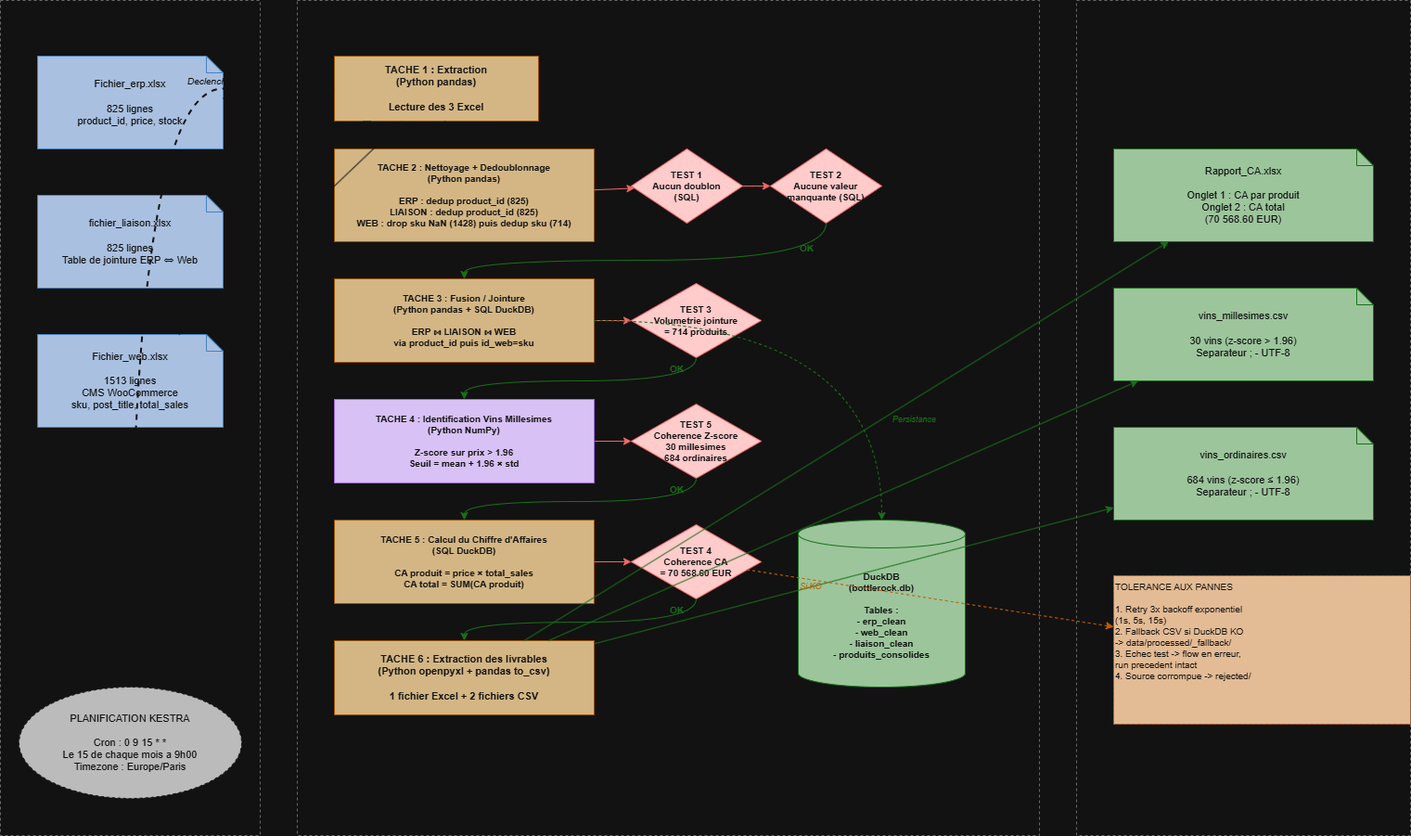
This is docs/architecture/data_lineage.drawio.png from mcourte/DE_Projet_10, a draw.io export, as it was before one commit. Source tidied: cells renumbered, new cells last; positions are measured from the earlier drawing's top-left corner, leaving out a move shared by most shapes.
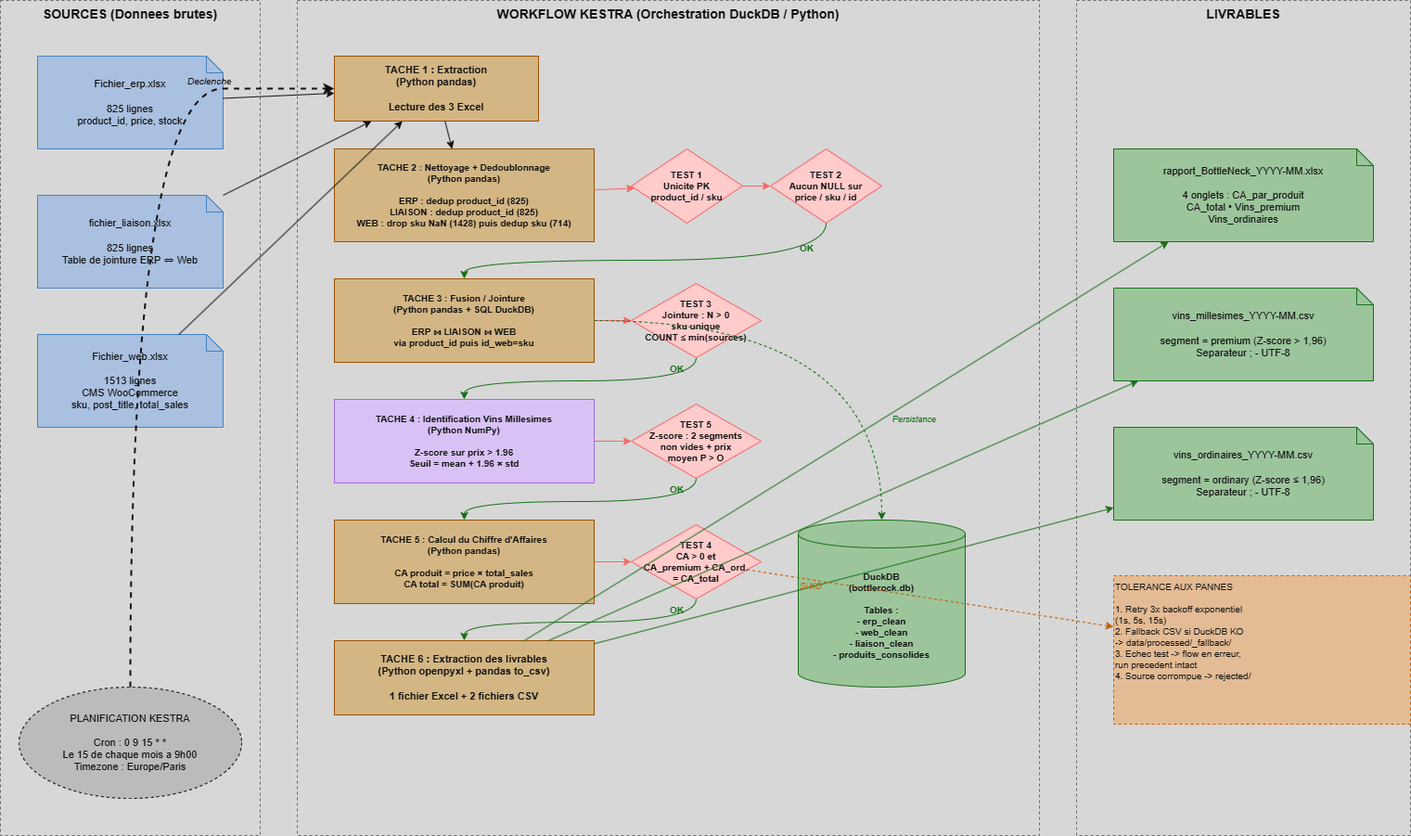
After the change.

Change to the diagram source:
```diff
@@ -1,4 +1,4 @@
-<mxGraphModel>
+<mxGraphModel background="#1a1a1a">
   <root>
     <mxCell id="0" />
     <mxCell id="1" parent="0" />
@@ -29,45 +29,45 @@
     <mxCell id="10" value="TACHE 2 : Nettoyage + Dedoublonnage&#10;(Python pandas)&#10;&#10;ERP : dedup product_id (825)&#10;LIAISON : dedup product_id (825)&#10;WEB : drop sku NaN (1428) puis dedup sku (714)" style="rounded=0;whiteSpace=wrap;html=1;fillColor=#5c3a00;strokeColor=#ffaa00;fontColor=#FFFFFF;fontSize=10;fontStyle=1;align=center;" parent="1" vertex="1">
       <mxGeometry x="360" y="160" width="280" height="100" as="geometry" />
     </mxCell>
-    <mxCell id="11" value="TEST 1&#10;Aucun doublon&#10;(SQL)" style="rhombus;whiteSpace=wrap;html=1;fillColor=#5c0000;strokeColor=#ff5555;fontColor=#FFFFFF;fontSize=10;fontStyle=1;" parent="1" vertex="1">
-      <mxGeometry x="680" y="160" width="120" height="80" as="geometry" />
-    </mxCell>
-    <mxCell id="12" value="TEST 2&#10;Aucune valeur&#10;manquante (SQL)" style="rhombus;whiteSpace=wrap;html=1;fillColor=#5c0000;strokeColor=#ff5555;fontColor=#FFFFFF;fontSize=10;fontStyle=1;" parent="1" vertex="1">
-      <mxGeometry x="830" y="160" width="120" height="80" as="geometry" />
-    </mxCell>
+    <mxCell id="51" value="TEST 1&#10;Unicite PK&#10;product_id / sku" style="rhombus;whiteSpace=wrap;html=1;fillColor=#5c0000;strokeColor=#ff5555;fontColor=#FFFFFF;fontSize=10;fontStyle=1;" parent="1" vertex="1">
+      <mxGeometry x="680" y="160" width="120" height="80" as="geometry" />
+    </mxCell>
+    <mxCell id="52" value="TEST 2&#10;Aucun NULL sur&#10;price / sku / id" style="rhombus;whiteSpace=wrap;html=1;fillColor=#5c0000;strokeColor=#ff5555;fontColor=#FFFFFF;fontSize=10;fontStyle=1;" parent="1" vertex="1">
+      <mxGeometry x="830" y="160" width="120" height="80" as="geometry" />
+    </mxCell>
     <mxCell id="13" value="TACHE 3 : Fusion / Jointure&#10;(Python pandas + SQL DuckDB)&#10;&#10;ERP ⋈ LIAISON ⋈ WEB&#10;via product_id puis id_web=sku" style="rounded=0;whiteSpace=wrap;html=1;fillColor=#5c3a00;strokeColor=#ffaa00;fontColor=#FFFFFF;fontSize=10;fontStyle=1;align=center;" parent="1" vertex="1">
       <mxGeometry x="360" y="300" width="280" height="90" as="geometry" />
     </mxCell>
-    <mxCell id="14" value="TEST 3&#10;Volumetrie jointure&#10;= 714 produits" style="rhombus;whiteSpace=wrap;html=1;fillColor=#5c0000;strokeColor=#ff5555;fontColor=#FFFFFF;fontSize=10;fontStyle=1;" parent="1" vertex="1">
-      <mxGeometry x="680" y="305" width="140" height="80" as="geometry" />
-    </mxCell>
+    <mxCell id="53" value="TEST 3&#10;Jointure : N &gt; 0&#10;sku unique&#10;COUNT ≤ min(sources)" style="rhombus;whiteSpace=wrap;html=1;fillColor=#5c0000;strokeColor=#ff5555;fontColor=#FFFFFF;fontSize=10;fontStyle=1;" parent="1" vertex="1">
+      <mxGeometry x="680" y="305" width="140" height="80" as="geometry" />
+    </mxCell>
     <mxCell id="15" value="TACHE 4 : Identification Vins Millesimes&#10;(Python NumPy)&#10;&#10;Z-score sur prix &gt; 1.96&#10;Seuil = mean + 1.96 × std" style="rounded=0;whiteSpace=wrap;html=1;fillColor=#3a1f5c;strokeColor=#aa66ff;fontColor=#FFFFFF;fontSize=10;fontStyle=1;align=center;" parent="1" vertex="1">
       <mxGeometry x="360" y="430" width="280" height="90" as="geometry" />
     </mxCell>
-    <mxCell id="16" value="TEST 5&#10;Coherence Z-score&#10;30 millesimes&#10;684 ordinaires" style="rhombus;whiteSpace=wrap;html=1;fillColor=#5c0000;strokeColor=#ff5555;fontColor=#FFFFFF;fontSize=10;fontStyle=1;" parent="1" vertex="1">
-      <mxGeometry x="680" y="435" width="140" height="80" as="geometry" />
-    </mxCell>
-    <mxCell id="17" value="TACHE 5 : Calcul du Chiffre d'Affaires&#10;(SQL DuckDB)&#10;&#10;CA produit = price × total_sales&#10;CA total = SUM(CA produit)" style="rounded=0;whiteSpace=wrap;html=1;fillColor=#5c3a00;strokeColor=#ffaa00;fontColor=#FFFFFF;fontSize=10;fontStyle=1;align=center;" parent="1" vertex="1">
-      <mxGeometry x="360" y="560" width="280" height="90" as="geometry" />
-    </mxCell>
-    <mxCell id="18" value="TEST 4&#10;Coherence CA&#10;= 70 568.60 EUR" style="rhombus;whiteSpace=wrap;html=1;fillColor=#5c0000;strokeColor=#ff5555;fontColor=#FFFFFF;fontSize=10;fontStyle=1;" parent="1" vertex="1">
-      <mxGeometry x="680" y="565" width="140" height="80" as="geometry" />
-    </mxCell>
+    <mxCell id="54" value="TEST 5&#10;Z-score : 2 segments&#10;non vides + prix&#10;moyen P &gt; O" style="rhombus;whiteSpace=wrap;html=1;fillColor=#5c0000;strokeColor=#ff5555;fontColor=#FFFFFF;fontSize=10;fontStyle=1;" parent="1" vertex="1">
+      <mxGeometry x="680" y="435" width="140" height="80" as="geometry" />
+    </mxCell>
+    <mxCell id="55" value="TACHE 5 : Calcul du Chiffre d'Affaires&#10;(Python pandas)&#10;&#10;CA produit = price × total_sales&#10;CA total = SUM(CA produit)" style="rounded=0;whiteSpace=wrap;html=1;fillColor=#5c3a00;strokeColor=#ffaa00;fontColor=#FFFFFF;fontSize=10;fontStyle=1;align=center;" parent="1" vertex="1">
+      <mxGeometry x="360" y="560" width="280" height="90" as="geometry" />
+    </mxCell>
+    <mxCell id="56" value="TEST 4&#10;CA &gt; 0 et&#10;CA_premium + CA_ord.&#10;= CA_total" style="rhombus;whiteSpace=wrap;html=1;fillColor=#5c0000;strokeColor=#ff5555;fontColor=#FFFFFF;fontSize=10;fontStyle=1;" parent="1" vertex="1">
+      <mxGeometry x="680" y="565" width="140" height="80" as="geometry" />
+    </mxCell>
     <mxCell id="19" value="TACHE 6 : Extraction des livrables&#10;(Python openpyxl + pandas to_csv)&#10;&#10;1 fichier Excel + 2 fichiers CSV" style="rounded=0;whiteSpace=wrap;html=1;fillColor=#5c3a00;strokeColor=#ffaa00;fontColor=#FFFFFF;fontSize=11;fontStyle=1;align=center;" parent="1" vertex="1">
       <mxGeometry x="360" y="690" width="280" height="80" as="geometry" />
     </mxCell>
     <mxCell id="20" value="DuckDB&#10;(bottlerock.db)&#10;&#10;Tables :&#10;- erp_clean&#10;- web_clean&#10;- liaison_clean&#10;- produits_consolides" style="shape=cylinder3;whiteSpace=wrap;html=1;boundedLbl=1;backgroundOutline=1;size=15;fillColor=#1a4a1a;strokeColor=#66cc66;fontColor=#FFFFFF;fontSize=10;fontStyle=1;align=center;" parent="1" vertex="1">
       <mxGeometry x="860" y="560" width="180" height="180" as="geometry" />
     </mxCell>
-    <mxCell id="21" value="Rapport_CA.xlsx&#10;&#10;Onglet 1 : CA par produit&#10;Onglet 2 : CA total&#10;(70 568.60 EUR)" style="shape=note;whiteSpace=wrap;html=1;fillColor=#1a4a1a;strokeColor=#66cc66;fontColor=#FFFFFF;fontSize=11;align=center;size=18;" parent="1" vertex="1">
-      <mxGeometry x="1200" y="160" width="280" height="100" as="geometry" />
-    </mxCell>
-    <mxCell id="22" value="vins_millesimes.csv&#10;&#10;30 vins (z-score &gt; 1.96)&#10;Separateur ; - UTF-8" style="shape=note;whiteSpace=wrap;html=1;fillColor=#1a4a1a;strokeColor=#66cc66;fontColor=#FFFFFF;fontSize=11;align=center;size=18;" parent="1" vertex="1">
-      <mxGeometry x="1200" y="310" width="280" height="100" as="geometry" />
-    </mxCell>
-    <mxCell id="23" value="vins_ordinaires.csv&#10;&#10;684 vins (z-score ≤ 1.96)&#10;Separateur ; - UTF-8" style="shape=note;whiteSpace=wrap;html=1;fillColor=#1a4a1a;strokeColor=#66cc66;fontColor=#FFFFFF;fontSize=11;align=center;size=18;" parent="1" vertex="1">
-      <mxGeometry x="1200" y="460" width="280" height="100" as="geometry" />
-    </mxCell>
+    <mxCell id="57" value="rapport_BottleNeck_YYYY-MM.xlsx&#10;&#10;4 onglets : CA_par_produit&#10;CA_total • Vins_premium&#10;Vins_ordinaires" style="shape=note;whiteSpace=wrap;html=1;fillColor=#1a4a1a;strokeColor=#66cc66;fontColor=#FFFFFF;fontSize=11;align=center;size=18;" parent="1" vertex="1">
+      <mxGeometry x="1200" y="160" width="280" height="100" as="geometry" />
+    </mxCell>
+    <mxCell id="58" value="vins_millesimes_YYYY-MM.csv&#10;&#10;segment = premium (Z-score &gt; 1,96)&#10;Separateur ; - UTF-8" style="shape=note;whiteSpace=wrap;html=1;fillColor=#1a4a1a;strokeColor=#66cc66;fontColor=#FFFFFF;fontSize=11;align=center;size=18;" parent="1" vertex="1">
+      <mxGeometry x="1200" y="310" width="280" height="100" as="geometry" />
+    </mxCell>
+    <mxCell id="59" value="vins_ordinaires_YYYY-MM.csv&#10;&#10;segment = ordinary (Z-score ≤ 1,96)&#10;Separateur ; - UTF-8" style="shape=note;whiteSpace=wrap;html=1;fillColor=#1a4a1a;strokeColor=#66cc66;fontColor=#FFFFFF;fontSize=11;align=center;size=18;" parent="1" vertex="1">
+      <mxGeometry x="1200" y="460" width="280" height="100" as="geometry" />
+    </mxCell>
     <mxCell id="24" value="TOLERANCE AUX PANNES&#10;&#10;1. Retry 3x backoff exponentiel&#10;   (1s, 5s, 15s)&#10;2. Fallback CSV si DuckDB KO&#10;   -&gt; data/processed/_fallback/&#10;3. Echec test -&gt; flow en erreur,&#10;   run precedent intact&#10;4. Source corrompue -&gt; rejected/" style="rounded=0;whiteSpace=wrap;html=1;fillColor=#5c2e00;strokeColor=#ff8800;fontColor=#FFFFFF;fontSize=10;align=left;dashed=1;verticalAlign=top;" parent="1" vertex="1">
       <mxGeometry x="1200" y="620" width="320" height="160" as="geometry" />
     </mxCell>
@@ -94,62 +94,62 @@
     <mxCell id="30" style="endArrow=classic;html=1;strokeColor=#FFFFFF;" parent="1" edge="1" source="9" target="10">
       <mxGeometry relative="1" as="geometry" />
     </mxCell>
-    <mxCell id="31" style="endArrow=classic;html=1;strokeColor=#ff5555;" parent="1" edge="1" source="10" target="11">
-      <mxGeometry relative="1" as="geometry" />
-    </mxCell>
-    <mxCell id="32" style="endArrow=classic;html=1;strokeColor=#ff5555;" parent="1" edge="1" source="11" target="12">
-      <mxGeometry relative="1" as="geometry" />
-    </mxCell>
-    <mxCell id="33" style="endArrow=classic;html=1;strokeColor=#66cc66;curved=1;" parent="1" edge="1" source="12" target="13">
-      <mxGeometry relative="1" as="geometry">
-        <Array as="points">
-          <mxPoint x="890" y="280" />
-          <mxPoint x="500" y="280" />
-        </Array>
-      </mxGeometry>
-    </mxCell>
+    <mxCell id="60" style="endArrow=classic;html=1;strokeColor=#ff5555;" parent="1" edge="1" source="10" target="51">
+      <mxGeometry relative="1" as="geometry" />
+    </mxCell>
+    <mxCell id="61" style="endArrow=classic;html=1;strokeColor=#ff5555;" parent="1" edge="1" source="51" target="52">
+      <mxGeometry relative="1" as="geometry" />
+    </mxCell>
+    <mxCell id="62" style="endArrow=classic;html=1;strokeColor=#66cc66;curved=1;" parent="1" edge="1" source="52" target="13">
+      <mxGeometry relative="1" as="geometry">
+        <Array as="points">
+          <mxPoint x="890" y="280" />
+          <mxPoint x="500" y="280" />
+        </Array>
+      </mxGeometry>
+    </mxCell>
     <mxCell id="34" value="OK" style="text;html=1;fontColor=#66cc66;fontSize=10;fontStyle=1;" parent="1" vertex="1">
       <mxGeometry x="860" y="255" width="40" height="20" as="geometry" />
     </mxCell>
-    <mxCell id="35" style="endArrow=classic;html=1;strokeColor=#ff5555;" parent="1" edge="1" source="13" target="14">
-      <mxGeometry relative="1" as="geometry" />
-    </mxCell>
-    <mxCell id="36" style="endArrow=classic;html=1;strokeColor=#66cc66;curved=1;" parent="1" edge="1" source="14" target="15">
-      <mxGeometry relative="1" as="geometry">
-        <Array as="points">
-          <mxPoint x="750" y="410" />
-          <mxPoint x="500" y="410" />
-        </Array>
-      </mxGeometry>
-    </mxCell>
+    <mxCell id="63" style="endArrow=classic;html=1;strokeColor=#ff5555;" parent="1" edge="1" source="13" target="53">
+      <mxGeometry relative="1" as="geometry" />
+    </mxCell>
+    <mxCell id="64" style="endArrow=classic;html=1;strokeColor=#66cc66;curved=1;" parent="1" edge="1" source="53" target="15">
+      <mxGeometry relative="1" as="geometry">
+        <Array as="points">
+          <mxPoint x="750" y="410" />
+          <mxPoint x="500" y="410" />
+        </Array>
+      </mxGeometry>
+    </mxCell>
     <mxCell id="37" value="OK" style="text;html=1;fontColor=#66cc66;fontSize=10;fontStyle=1;" parent="1" vertex="1">
       <mxGeometry x="720" y="385" width="40" height="20" as="geometry" />
     </mxCell>
-    <mxCell id="38" style="endArrow=classic;html=1;strokeColor=#ff5555;" parent="1" edge="1" source="15" target="16">
-      <mxGeometry relative="1" as="geometry" />
-    </mxCell>
-    <mxCell id="39" style="endArrow=classic;html=1;strokeColor=#66cc66;curved=1;" parent="1" edge="1" source="16" target="17">
-      <mxGeometry relative="1" as="geometry">
-        <Array as="points">
-          <mxPoint x="750" y="540" />
-          <mxPoint x="500" y="540" />
-        </Array>
-      </mxGeometry>
-    </mxCell>
+    <mxCell id="65" style="endArrow=classic;html=1;strokeColor=#ff5555;" parent="1" edge="1" source="15" target="54">
+      <mxGeometry relative="1" as="geometry" />
+    </mxCell>
+    <mxCell id="66" style="endArrow=classic;html=1;strokeColor=#66cc66;curved=1;" parent="1" edge="1" source="54" target="55">
+      <mxGeometry relative="1" as="geometry">
+        <Array as="points">
+          <mxPoint x="750" y="540" />
+          <mxPoint x="500" y="540" />
+        </Array>
+      </mxGeometry>
+    </mxCell>
     <mxCell id="40" value="OK" style="text;html=1;fontColor=#66cc66;fontSize=10;fontStyle=1;" parent="1" vertex="1">
       <mxGeometry x="720" y="515" width="40" height="20" as="geometry" />
     </mxCell>
-    <mxCell id="41" style="endArrow=classic;html=1;strokeColor=#ff5555;" parent="1" edge="1" source="17" target="18">
-      <mxGeometry relative="1" as="geometry" />
-    </mxCell>
-    <mxCell id="42" style="endArrow=classic;html=1;strokeColor=#66cc66;curved=1;" parent="1" edge="1" source="18" target="19">
-      <mxGeometry relative="1" as="geometry">
-        <Array as="points">
-          <mxPoint x="750" y="670" />
-          <mxPoint x="500" y="670" />
-        </Array>
-      </mxGeometry>
-    </mxCell>
+    <mxCell id="67" style="endArrow=classic;html=1;strokeColor=#ff5555;" parent="1" edge="1" source="55" target="56">
+      <mxGeometry relative="1" as="geometry" />
+    </mxCell>
+    <mxCell id="68" style="endArrow=classic;html=1;strokeColor=#66cc66;curved=1;" parent="1" edge="1" source="56" target="19">
+      <mxGeometry relative="1" as="geometry">
+        <Array as="points">
+          <mxPoint x="750" y="670" />
+          <mxPoint x="500" y="670" />
+        </Array>
+      </mxGeometry>
+    </mxCell>
     <mxCell id="43" value="OK" style="text;html=1;fontColor=#66cc66;fontSize=10;fontStyle=1;" parent="1" vertex="1">
       <mxGeometry x="720" y="645" width="40" height="20" as="geometry" />
     </mxCell>
@@ -164,18 +164,18 @@
     <mxCell id="45" value="Persistance" style="text;html=1;fontColor=#66cc66;fontSize=9;fontStyle=2;" parent="1" vertex="1">
       <mxGeometry x="960" y="440" width="80" height="20" as="geometry" />
     </mxCell>
-    <mxCell id="46" style="endArrow=classic;html=1;strokeColor=#66cc66;" parent="1" edge="1" source="19" target="21">
-      <mxGeometry relative="1" as="geometry" />
-    </mxCell>
-    <mxCell id="47" style="endArrow=classic;html=1;strokeColor=#66cc66;" parent="1" edge="1" source="19" target="22">
-      <mxGeometry relative="1" as="geometry" />
-    </mxCell>
-    <mxCell id="48" style="endArrow=classic;html=1;strokeColor=#66cc66;" parent="1" edge="1" source="19" target="23">
-      <mxGeometry relative="1" as="geometry" />
-    </mxCell>
-    <mxCell id="49" style="endArrow=classic;html=1;dashed=1;strokeColor=#ff8800;curved=1;" parent="1" edge="1" source="18" target="24">
-      <mxGeometry relative="1" as="geometry" />
-    </mxCell>
+    <mxCell id="69" style="endArrow=classic;html=1;strokeColor=#66cc66;" parent="1" edge="1" source="19" target="57">
+      <mxGeometry relative="1" as="geometry" />
+    </mxCell>
+    <mxCell id="70" style="endArrow=classic;html=1;strokeColor=#66cc66;" parent="1" edge="1" source="19" target="58">
+      <mxGeometry relative="1" as="geometry" />
+    </mxCell>
+    <mxCell id="71" style="endArrow=classic;html=1;strokeColor=#66cc66;" parent="1" edge="1" source="19" target="59">
+      <mxGeometry relative="1" as="geometry" />
+    </mxCell>
+    <mxCell id="72" style="endArrow=classic;html=1;dashed=1;strokeColor=#ff8800;curved=1;" parent="1" edge="1" source="56" target="24">
+      <mxGeometry relative="1" as="geometry" />
+    </mxCell>
     <mxCell id="50" value="Si KO" style="text;html=1;fontColor=#ff8800;fontSize=9;fontStyle=2;" parent="1" vertex="1">
       <mxGeometry x="860" y="620" width="60" height="20" as="geometry" />
     </mxCell>
```
